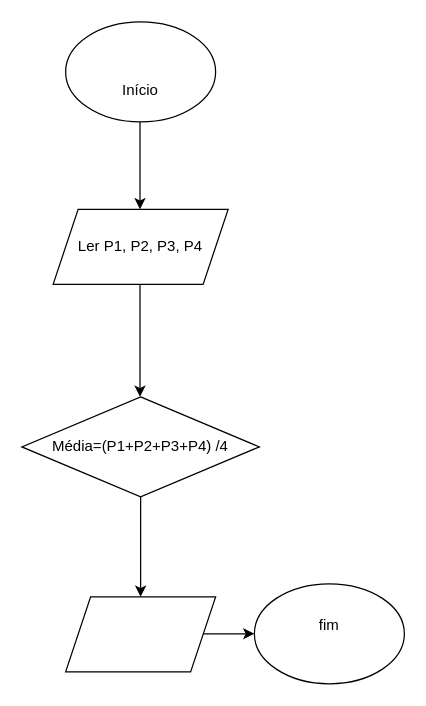
The draw.io diagram fluxo1.drawio in zenoxx244/diagrama, before the edit. Source tidied: cells renumbered, new cells numbered last; positions are measured from the earlier drawing's top-left corner, leaving out a move shared by most shapes. Both pictures are drawn from the tidied source at 125%, with x=0, y=0 at pixel (21, 21).
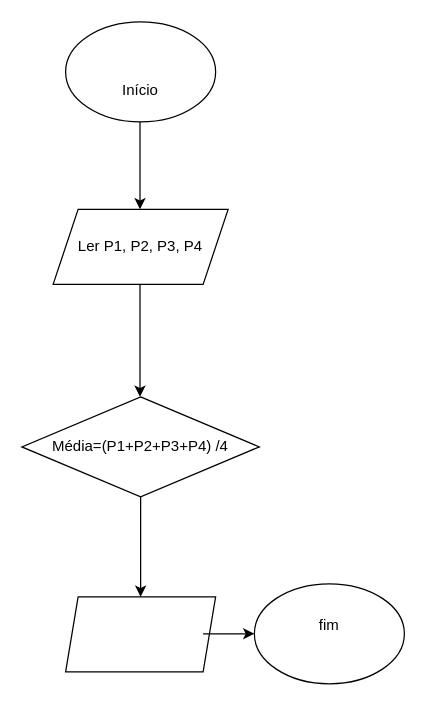
The same page after the edit.

Change to the diagram source:
```diff
@@
 <mxGraphModel>
   <root>
     <mxCell id="0" />
     <mxCell id="1" parent="0" />
     <mxCell id="2" value="&lt;div&gt;&lt;br&gt;&lt;/div&gt;&lt;div&gt;&lt;br&gt;&lt;/div&gt;&lt;div&gt;Início&lt;/div&gt;" style="ellipse;whiteSpace=wrap;html=1;shapeInside=1;" parent="1" vertex="1">
       <mxGeometry x="35" width="120" height="80" as="geometry" />
     </mxCell>
     <mxCell id="3" style="endArrow=classic;html=1;rounded=0;" parent="1" edge="1">
       <mxGeometry relative="1" as="geometry">
         <mxPoint x="94.5" y="80" as="sourcePoint" />
         <mxPoint x="94.5" y="150" as="targetPoint" />
         <Array as="points">
           <mxPoint x="94.5" y="100" />
         </Array>
       </mxGeometry>
     </mxCell>
     <mxCell id="4" value="Ler P1, P2, P3, P4" style="shape=parallelogram;perimeter=parallelogramPerimeter;whiteSpace=wrap;html=1;shapeInside=1;fixedSize=1;" parent="1" vertex="1">
       <mxGeometry x="25" y="150" width="140" height="60" as="geometry" />
     </mxCell>
     <mxCell id="5" style="endArrow=classic;html=1;rounded=0;" parent="1" edge="1">
       <mxGeometry relative="1" as="geometry">
         <mxPoint x="94.5" y="210" as="sourcePoint" />
         <mxPoint x="94.5" y="300" as="targetPoint" />
         <Array as="points">
           <mxPoint x="94.5" y="300" />
         </Array>
       </mxGeometry>
     </mxCell>
     <mxCell id="6" style="edgeStyle=orthogonalEdgeStyle;rounded=0;orthogonalLoop=1;jettySize=auto;html=1;innerLoopWaypoints=1;exitX=0.5;exitY=1;exitDx=0;exitDy=0;" parent="1" edge="1" source="2" target="2">
       <mxGeometry relative="1" as="geometry" />
     </mxCell>
     <mxCell id="7" value="Média=(P1+P2+P3+P4) /4" style="rhombus;whiteSpace=wrap;html=1;shapeInside=1;" parent="1" vertex="1">
       <mxGeometry y="300" width="190" height="80" as="geometry" />
     </mxCell>
-    <mxCell id="8" style="shape=parallelogram;perimeter=parallelogramPerimeter;whiteSpace=wrap;html=1;shapeInside=1;fixedSize=1;" parent="1" vertex="1">
+    <mxCell id="8" style="shape=parallelogram;perimeter=parallelogramPerimeter;whiteSpace=wrap;html=1;shapeInside=1;fixedSize=1;size=10;" parent="1" vertex="1">
       <mxGeometry x="35" y="460" width="120" height="60" as="geometry" />
     </mxCell>
     <mxCell id="9" style="endArrow=classic;html=1;rounded=0;entryX=0.5;entryY=0;entryDx=0;entryDy=0;" parent="1" edge="1" source="7" target="8">
       <mxGeometry relative="1" as="geometry">
         <Array as="points">
           <mxPoint x="95" y="410" />
         </Array>
       </mxGeometry>
     </mxCell>
     <mxCell id="10" style="endArrow=classic;html=1;rounded=0;" parent="1" edge="1" target="11">
       <mxGeometry relative="1" as="geometry">
         <mxPoint x="145" y="489.5" as="sourcePoint" />
       </mxGeometry>
     </mxCell>
     <mxCell id="11" value="fim&lt;div&gt;&lt;br/&gt;&lt;/div&gt;" style="ellipse;whiteSpace=wrap;html=1;shapeInside=1;" parent="1" vertex="1">
       <mxGeometry x="186" y="449.5" width="120" height="80" as="geometry" />
     </mxCell>
   </root>
 </mxGraphModel>
```
